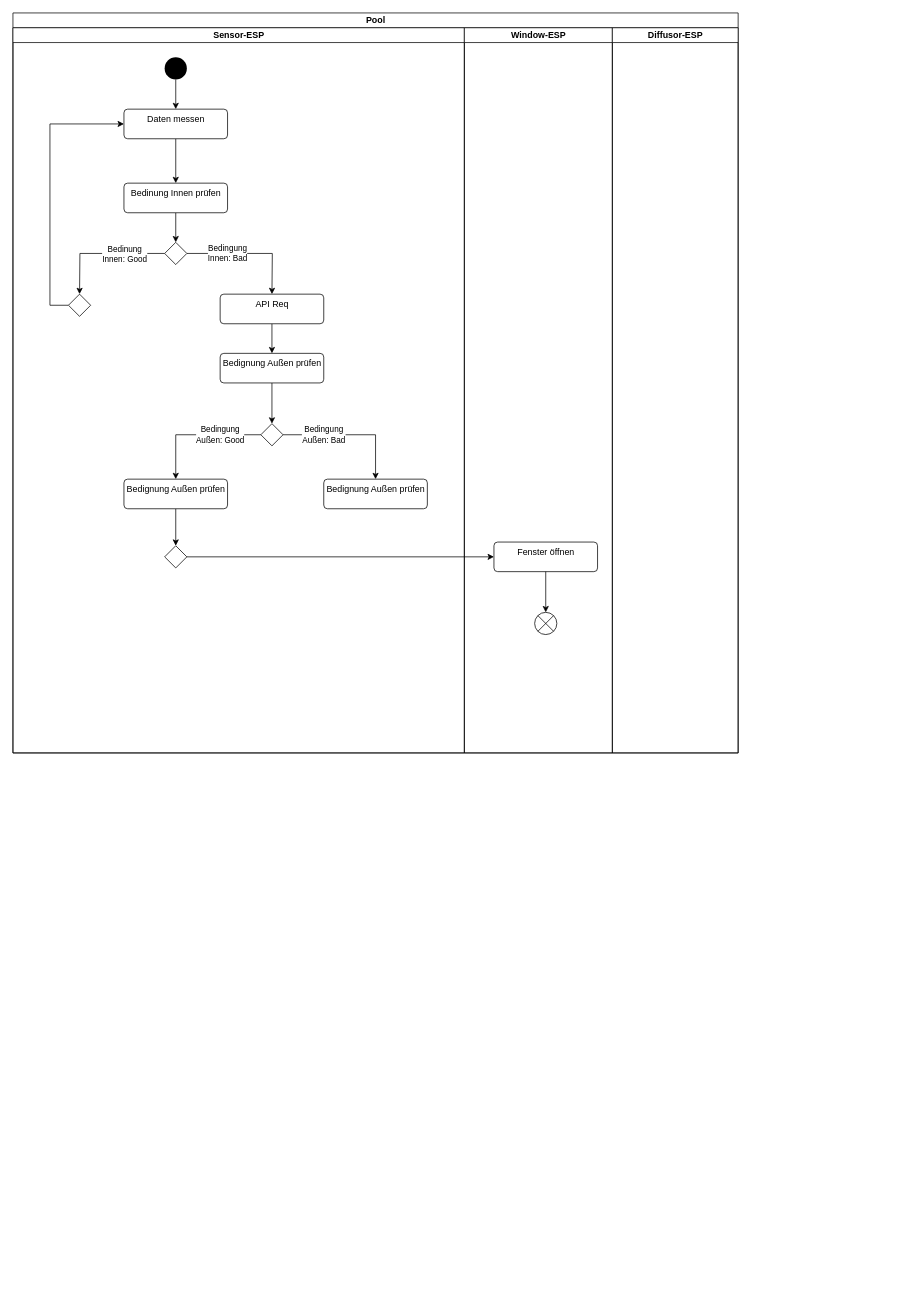
The draw.io diagram page "Aktivitätsdiagramm" (2 of 4) of Artefakte/Architektur.drawio in JJJS777/Lufty, before the edit. Source tidied: cells renumbered, new cells numbered last; positions are measured from the earlier drawing's top-left corner, leaving out a move shared by most shapes. Both pictures are drawn from the tidied source at 74%, with x=0, y=0 at pixel (13, 13).
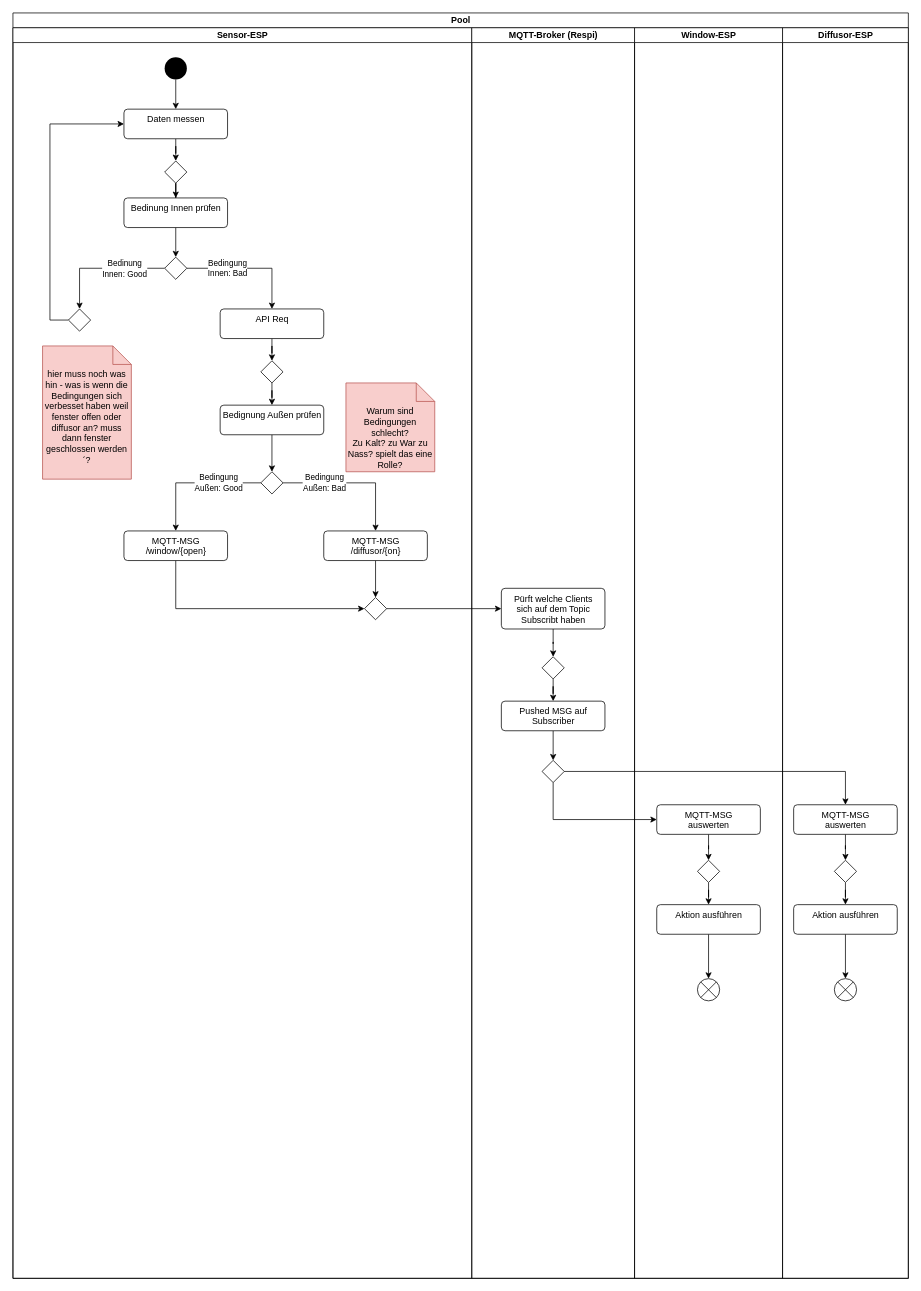
Above is the later version.

Unchanged cells that the change refers to:
```xml
<mxCell id="6" value="Daten messen" style="html=1;align=center;verticalAlign=top;rounded=1;absoluteArcSize=1;arcSize=10;dashed=0;" parent="3" vertex="1">
  <mxGeometry x="150" y="110" width="140" height="40" as="geometry" />
</mxCell>
```

Change to the diagram source:
```diff
@@
     <mxCell id="2" value="Pool" style="swimlane;html=1;startSize=20;" parent="1" vertex="1">
-      <mxGeometry width="980" height="1000" as="geometry" />
+      <mxGeometry width="1210" height="1710" as="geometry" />
     </mxCell>
     <mxCell id="3" value="Sensor-ESP" style="swimlane;html=1;startSize=20;" parent="2" vertex="1">
-      <mxGeometry y="20" width="610" height="980" as="geometry" />
+      <mxGeometry y="20" width="620" height="1690" as="geometry" />
     </mxCell>
@@
-    <mxCell id="5" style="edgeStyle=orthogonalEdgeStyle;rounded=0;jettySize=auto;html=1;endArrow=classic;endFill=1;" parent="3" edge="1" source="6" target="9">
-      <mxGeometry relative="1" as="geometry" />
-    </mxCell>
+    <mxCell id="33" style="edgeStyle=orthogonalEdgeStyle;rounded=0;jettySize=auto;html=1;endArrow=classic;endFill=1;" parent="3" edge="1" source="6" target="37">
+      <mxGeometry relative="1" as="geometry" />
+    </mxCell>
@@
     <mxCell id="9" value="Bedinung Innen prüfen" style="html=1;align=center;verticalAlign=top;rounded=1;absoluteArcSize=1;arcSize=10;dashed=0;" parent="3" vertex="1">
-      <mxGeometry x="150" y="210" width="140" height="40" as="geometry" />
+      <mxGeometry x="150" y="230" width="140" height="40" as="geometry" />
     </mxCell>
-    <mxCell id="10" style="edgeStyle=orthogonalEdgeStyle;rounded=0;jettySize=auto;html=1;entryX=0.5;entryY=0;entryDx=0;entryDy=0;endArrow=classic;endFill=1;" parent="3" edge="1" source="13">
-      <mxGeometry relative="1" as="geometry">
-        <mxPoint x="90" y="360" as="targetPoint" />
-      </mxGeometry>
+    <mxCell id="10" style="edgeStyle=orthogonalEdgeStyle;rounded=0;jettySize=auto;html=1;entryX=0.5;entryY=0;entryDx=0;entryDy=0;endArrow=classic;endFill=1;" parent="3" edge="1" source="13" target="17">
+      <mxGeometry relative="1" as="geometry" />
     </mxCell>
@@
-    <mxCell id="12" value="Bedingung &lt;br&gt;Innen: Bad" style="edgeStyle=orthogonalEdgeStyle;rounded=0;jettySize=auto;html=1;entryX=0.5;entryY=0;entryDx=0;entryDy=0;endArrow=classic;endFill=1;" parent="3" edge="1" source="13">
-      <mxGeometry x="-0.35" relative="1" as="geometry">
-        <mxPoint x="350" y="360" as="targetPoint" />
-      </mxGeometry>
+    <mxCell id="12" value="Bedingung &lt;br&gt;Innen: Bad" style="edgeStyle=orthogonalEdgeStyle;rounded=0;jettySize=auto;html=1;entryX=0.5;entryY=0;entryDx=0;entryDy=0;endArrow=classic;endFill=1;" parent="3" edge="1" source="13" target="15">
+      <mxGeometry x="-0.35" relative="1" as="geometry" />
     </mxCell>
     <mxCell id="13" style="rhombus;" parent="3" vertex="1">
-      <mxGeometry x="205" y="290" width="30" height="30" as="geometry" />
+      <mxGeometry x="205" y="310" width="30" height="30" as="geometry" />
     </mxCell>
-    <mxCell id="14" style="edgeStyle=orthogonalEdgeStyle;rounded=0;jettySize=auto;html=1;entryX=0.5;entryY=0;entryDx=0;entryDy=0;endArrow=classic;endFill=1;" parent="3" edge="1" source="15" target="19">
-      <mxGeometry relative="1" as="geometry" />
-    </mxCell>
+    <mxCell id="34" style="edgeStyle=orthogonalEdgeStyle;rounded=0;jettySize=auto;html=1;endArrow=classic;endFill=1;" parent="3" edge="1" source="15" target="39">
+      <mxGeometry relative="1" as="geometry" />
+    </mxCell>
     <mxCell id="15" value="API Req" style="html=1;align=center;verticalAlign=top;rounded=1;absoluteArcSize=1;arcSize=10;dashed=0;" parent="3" vertex="1">
-      <mxGeometry x="280" y="360" width="140" height="40" as="geometry" />
+      <mxGeometry x="280" y="380" width="140" height="40" as="geometry" />
     </mxCell>
-    <mxCell id="16" style="edgeStyle=orthogonalEdgeStyle;rounded=0;jettySize=auto;html=1;entryX=0;entryY=0.5;entryDx=0;entryDy=0;endArrow=classic;endFill=1;" parent="3" edge="1" source="17" target="6">
+    <mxCell id="16" style="edgeStyle=orthogonalEdgeStyle;rounded=0;jettySize=auto;html=1;entryX=0;entryY=0.5;entryDx=0;entryDy=0;endArrow=classic;endFill=1;exitX=0;exitY=0.5;exitDx=0;exitDy=0;" parent="3" edge="1" source="17" target="6">
       <mxGeometry relative="1" as="geometry">
         <Array as="points">
-          <mxPoint x="50" y="375" />
+          <mxPoint x="50" y="395" />
           <mxPoint x="50" y="130" />
         </Array>
       </mxGeometry>
     </mxCell>
     <mxCell id="17" style="rhombus;" parent="3" vertex="1">
-      <mxGeometry x="75" y="360" width="30" height="30" as="geometry" />
+      <mxGeometry x="75" y="380" width="30" height="30" as="geometry" />
     </mxCell>
@@
     <mxCell id="19" value="Bedignung Außen prüfen" style="html=1;align=center;verticalAlign=top;rounded=1;absoluteArcSize=1;arcSize=10;dashed=0;" parent="3" vertex="1">
-      <mxGeometry x="280" y="440" width="140" height="40" as="geometry" />
+      <mxGeometry x="280" y="510" width="140" height="40" as="geometry" />
     </mxCell>
-    <mxCell id="20" value="Bedingung &lt;br&gt;Außen: Good" style="edgeStyle=orthogonalEdgeStyle;rounded=0;jettySize=auto;html=1;endArrow=classic;endFill=1;" parent="3" edge="1" source="22" target="24">
-      <mxGeometry x="-0.37" relative="1" as="geometry" />
+    <mxCell id="20" value="Bedingung &lt;br&gt;Außen: Good" style="edgeStyle=orthogonalEdgeStyle;rounded=0;jettySize=auto;html=1;endArrow=classic;endFill=1;exitX=0;exitY=0.5;exitDx=0;exitDy=0;" parent="3" edge="1" source="22" target="24">
+      <mxGeometry x="-0.37" relative="1" as="geometry">
+        <Array as="points">
+          <mxPoint x="220" y="615" />
+        </Array>
+      </mxGeometry>
     </mxCell>
-    <mxCell id="21" value="Bedingung &lt;br&gt;Außen: Bad" style="edgeStyle=orthogonalEdgeStyle;rounded=0;jettySize=auto;html=1;endArrow=classic;endFill=1;" parent="3" edge="1" source="22" target="25">
+    <mxCell id="21" value="Bedingung &lt;br&gt;Außen: Bad" style="edgeStyle=orthogonalEdgeStyle;rounded=0;jettySize=auto;html=1;endArrow=classic;endFill=1;exitX=1;exitY=0.5;exitDx=0;exitDy=0;" parent="3" edge="1" source="22" target="25">
       <mxGeometry x="-0.41" relative="1" as="geometry" />
     </mxCell>
     <mxCell id="22" style="rhombus;" parent="3" vertex="1">
-      <mxGeometry x="335" y="535" width="30" height="30" as="geometry" />
+      <mxGeometry x="335" y="600" width="30" height="30" as="geometry" />
     </mxCell>
-    <mxCell id="23" style="edgeStyle=orthogonalEdgeStyle;rounded=0;jettySize=auto;html=1;entryX=0.5;entryY=0;entryDx=0;entryDy=0;endArrow=classic;endFill=1;" parent="3" edge="1" source="24" target="26">
-      <mxGeometry relative="1" as="geometry" />
+    <mxCell id="23" style="edgeStyle=orthogonalEdgeStyle;rounded=0;jettySize=auto;html=1;entryX=0;entryY=0.5;entryDx=0;entryDy=0;endArrow=classic;endFill=1;" parent="3" edge="1" source="24" target="26">
+      <mxGeometry relative="1" as="geometry">
+        <Array as="points">
+          <mxPoint x="220" y="785" />
+        </Array>
+      </mxGeometry>
     </mxCell>
-    <mxCell id="24" value="Bedignung Außen prüfen" style="html=1;align=center;verticalAlign=top;rounded=1;absoluteArcSize=1;arcSize=10;dashed=0;" parent="3" vertex="1">
-      <mxGeometry x="150" y="610" width="140" height="40" as="geometry" />
+    <mxCell id="24" value="MQTT-MSG&lt;br&gt;/window/{open}" style="html=1;align=center;verticalAlign=top;rounded=1;absoluteArcSize=1;arcSize=10;dashed=0;" parent="3" vertex="1">
+      <mxGeometry x="150" y="680" width="140" height="40" as="geometry" />
     </mxCell>
+    <mxCell id="35" style="edgeStyle=orthogonalEdgeStyle;rounded=0;jettySize=auto;html=1;entryX=0.5;entryY=0;entryDx=0;entryDy=0;endArrow=classic;endFill=1;" parent="3" edge="1" source="25" target="26">
+      <mxGeometry relative="1" as="geometry" />
+    </mxCell>
-    <mxCell id="25" value="Bedignung Außen prüfen" style="html=1;align=center;verticalAlign=top;rounded=1;absoluteArcSize=1;arcSize=10;dashed=0;" parent="3" vertex="1">
-      <mxGeometry x="420" y="610" width="140" height="40" as="geometry" />
+    <mxCell id="25" value="MQTT-MSG&lt;br&gt;/diffusor/{on}" style="html=1;align=center;verticalAlign=top;rounded=1;absoluteArcSize=1;arcSize=10;dashed=0;" parent="3" vertex="1">
+      <mxGeometry x="420" y="680" width="140" height="40" as="geometry" />
     </mxCell>
     <mxCell id="26" style="rhombus;" parent="3" vertex="1">
-      <mxGeometry x="205" y="700" width="30" height="30" as="geometry" />
+      <mxGeometry x="475" y="770" width="30" height="30" as="geometry" />
     </mxCell>
+    <mxCell id="36" style="edgeStyle=orthogonalEdgeStyle;rounded=0;jettySize=auto;html=1;endArrow=classic;endFill=1;" parent="3" edge="1" source="37" target="9">
+      <mxGeometry relative="1" as="geometry" />
+    </mxCell>
+    <mxCell id="37" style="rhombus;" parent="3" vertex="1">
+      <mxGeometry x="205" y="180" width="30" height="30" as="geometry" />
+    </mxCell>
+    <mxCell id="38" style="edgeStyle=orthogonalEdgeStyle;rounded=0;jettySize=auto;html=1;entryX=0.5;entryY=0;entryDx=0;entryDy=0;endArrow=classic;endFill=1;" parent="3" edge="1" source="39" target="19">
+      <mxGeometry relative="1" as="geometry" />
+    </mxCell>
+    <mxCell id="39" style="rhombus;" parent="3" vertex="1">
+      <mxGeometry x="335" y="450" width="30" height="30" as="geometry" />
+    </mxCell>
+    <mxCell id="40" value="&lt;div&gt;Warum sind Bedingungen schlecht?&lt;/div&gt;&lt;div&gt;Zu Kalt? zu War zu Nass? spielt das eine Rolle?&lt;br&gt;&lt;/div&gt;" style="shape=note2;boundedLbl=1;whiteSpace=wrap;html=1;size=25;verticalAlign=top;align=center;fillColor=#f8cecc;strokeColor=#b85450;" parent="3" vertex="1">
+      <mxGeometry x="450" y="480" width="120" height="120" as="geometry" />
+    </mxCell>
+    <mxCell id="41" value="hier muss noch was hin - was is wenn die Bedingungen sich verbesset haben weil fenster offen oder diffusor an? muss dann fenster geschlossen werden´?" style="shape=note2;boundedLbl=1;whiteSpace=wrap;html=1;size=25;verticalAlign=top;align=center;fillColor=#f8cecc;strokeColor=#b85450;" parent="3" vertex="1">
+      <mxGeometry x="40" y="430" width="120" height="180" as="geometry" />
+    </mxCell>
-    <mxCell id="27" value="Window-ESP" style="swimlane;html=1;startSize=20;" parent="2" vertex="1">
-      <mxGeometry x="610" y="20" width="200" height="980" as="geometry" />
+    <mxCell id="27" value="MQTT-Broker (Respi)" style="swimlane;html=1;startSize=20;" parent="2" vertex="1">
+      <mxGeometry x="620" y="20" width="220" height="1690" as="geometry" />
     </mxCell>
-    <mxCell id="28" value="Fenster öffnen" style="html=1;align=center;verticalAlign=top;rounded=1;absoluteArcSize=1;arcSize=10;dashed=0;" parent="27" vertex="1">
-      <mxGeometry x="40" y="695" width="140" height="40" as="geometry" />
-    </mxCell>
+    <mxCell id="42" style="edgeStyle=orthogonalEdgeStyle;rounded=0;jettySize=auto;html=1;entryX=0.5;entryY=0;entryDx=0;entryDy=0;endArrow=classic;endFill=1;" parent="27" edge="1" source="43" target="47">
+      <mxGeometry relative="1" as="geometry" />
+    </mxCell>
+    <mxCell id="43" value="Pürft welche Clients&lt;br&gt; sich auf dem Topic&lt;br&gt;Subscribt haben" style="html=1;align=center;verticalAlign=top;rounded=1;absoluteArcSize=1;arcSize=10;dashed=0;" parent="27" vertex="1">
+      <mxGeometry x="40" y="757.5" width="140" height="55" as="geometry" />
+    </mxCell>
+    <mxCell id="44" style="edgeStyle=orthogonalEdgeStyle;rounded=0;jettySize=auto;html=1;entryX=0.5;entryY=0;entryDx=0;entryDy=0;endArrow=classic;endFill=1;" parent="27" edge="1" source="45" target="48">
+      <mxGeometry relative="1" as="geometry" />
+    </mxCell>
+    <mxCell id="45" value="Pushed MSG auf &lt;br&gt;Subscriber" style="html=1;align=center;verticalAlign=top;rounded=1;absoluteArcSize=1;arcSize=10;dashed=0;" parent="27" vertex="1">
+      <mxGeometry x="40" y="910" width="140" height="40" as="geometry" />
+    </mxCell>
+    <mxCell id="46" style="edgeStyle=orthogonalEdgeStyle;rounded=0;jettySize=auto;html=1;endArrow=classic;endFill=1;" parent="27" edge="1" source="47" target="45">
+      <mxGeometry relative="1" as="geometry" />
+    </mxCell>
+    <mxCell id="47" style="rhombus;" parent="27" vertex="1">
+      <mxGeometry x="95" y="850" width="30" height="30" as="geometry" />
+    </mxCell>
+    <mxCell id="48" style="rhombus;" parent="27" vertex="1">
+      <mxGeometry x="95" y="990" width="30" height="30" as="geometry" />
+    </mxCell>
-    <mxCell id="29" value="Diffusor-ESP" style="swimlane;html=1;startSize=20;" parent="2" vertex="1">
-      <mxGeometry x="810" y="20" width="170" height="980" as="geometry" />
+    <mxCell id="29" value="Window-ESP" style="swimlane;html=1;startSize=20;" parent="2" vertex="1">
+      <mxGeometry x="840" y="20" width="200" height="1690" as="geometry" />
     </mxCell>
+    <mxCell id="49" style="edgeStyle=orthogonalEdgeStyle;rounded=0;jettySize=auto;html=1;endArrow=classic;endFill=1;entryX=0.5;entryY=0;entryDx=0;entryDy=0;" parent="29" edge="1" source="50" target="52">
+      <mxGeometry relative="1" as="geometry" />
+    </mxCell>
+    <mxCell id="50" value="MQTT-MSG&lt;br&gt;auswerten" style="html=1;align=center;verticalAlign=top;rounded=1;absoluteArcSize=1;arcSize=10;dashed=0;" parent="29" vertex="1">
+      <mxGeometry x="30" y="1050" width="140" height="40" as="geometry" />
+    </mxCell>
+    <mxCell id="51" style="edgeStyle=orthogonalEdgeStyle;rounded=0;jettySize=auto;html=1;endArrow=classic;endFill=1;" parent="29" edge="1" source="52" target="54">
+      <mxGeometry relative="1" as="geometry" />
+    </mxCell>
+    <mxCell id="52" style="rhombus;" parent="29" vertex="1">
+      <mxGeometry x="85" y="1125" width="30" height="30" as="geometry" />
+    </mxCell>
+    <mxCell id="53" style="edgeStyle=orthogonalEdgeStyle;rounded=0;jettySize=auto;html=1;entryX=0.5;entryY=0;entryDx=0;entryDy=0;endArrow=classic;endFill=1;" parent="29" edge="1" source="54" target="55">
+      <mxGeometry relative="1" as="geometry" />
+    </mxCell>
+    <mxCell id="54" value="Aktion ausführen" style="html=1;align=center;verticalAlign=top;rounded=1;absoluteArcSize=1;arcSize=10;dashed=0;" parent="29" vertex="1">
+      <mxGeometry x="30" y="1185" width="140" height="40" as="geometry" />
+    </mxCell>
+    <mxCell id="55" style="shape=sumEllipse;perimeter=ellipsePerimeter;whiteSpace=wrap;html=1;backgroundOutline=1;" parent="29" vertex="1">
+      <mxGeometry x="85" y="1285" width="30" height="30" as="geometry" />
+    </mxCell>
+    <mxCell id="56" value="Diffusor-ESP" style="swimlane;html=1;startSize=20;" parent="2" vertex="1">
+      <mxGeometry x="1040" y="20" width="170" height="1690" as="geometry" />
+    </mxCell>
+    <mxCell id="57" style="edgeStyle=orthogonalEdgeStyle;rounded=0;jettySize=auto;html=1;entryX=0.5;entryY=0;entryDx=0;entryDy=0;endArrow=classic;endFill=1;" parent="56" edge="1" source="58" target="60">
+      <mxGeometry relative="1" as="geometry" />
+    </mxCell>
+    <mxCell id="58" value="MQTT-MSG&lt;br&gt;auswerten" style="html=1;align=center;verticalAlign=top;rounded=1;absoluteArcSize=1;arcSize=10;dashed=0;" parent="56" vertex="1">
+      <mxGeometry x="15" y="1050" width="140" height="40" as="geometry" />
+    </mxCell>
+    <mxCell id="59" style="edgeStyle=orthogonalEdgeStyle;rounded=0;jettySize=auto;html=1;entryX=0.5;entryY=0;entryDx=0;entryDy=0;endArrow=classic;endFill=1;" parent="56" edge="1" source="60" target="62">
+      <mxGeometry relative="1" as="geometry" />
+    </mxCell>
+    <mxCell id="60" style="rhombus;" parent="56" vertex="1">
+      <mxGeometry x="70" y="1125" width="30" height="30" as="geometry" />
+    </mxCell>
+    <mxCell id="61" style="edgeStyle=orthogonalEdgeStyle;rounded=0;jettySize=auto;html=1;entryX=0.5;entryY=0;entryDx=0;entryDy=0;endArrow=classic;endFill=1;" parent="56" edge="1" source="62" target="63">
+      <mxGeometry relative="1" as="geometry" />
+    </mxCell>
+    <mxCell id="62" value="Aktion ausführen" style="html=1;align=center;verticalAlign=top;rounded=1;absoluteArcSize=1;arcSize=10;dashed=0;" parent="56" vertex="1">
+      <mxGeometry x="15" y="1185" width="140" height="40" as="geometry" />
+    </mxCell>
+    <mxCell id="63" style="shape=sumEllipse;perimeter=ellipsePerimeter;whiteSpace=wrap;html=1;backgroundOutline=1;" parent="56" vertex="1">
+      <mxGeometry x="70" y="1285" width="30" height="30" as="geometry" />
+    </mxCell>
-    <mxCell id="30" style="edgeStyle=orthogonalEdgeStyle;rounded=0;jettySize=auto;html=1;entryX=0;entryY=0.5;entryDx=0;entryDy=0;endArrow=classic;endFill=1;" parent="2" edge="1" source="26" target="28">
+    <mxCell id="30" style="edgeStyle=orthogonalEdgeStyle;rounded=0;jettySize=auto;html=1;entryX=0;entryY=0.5;entryDx=0;entryDy=0;endArrow=classic;endFill=1;" parent="2" edge="1" source="26" target="43">
       <mxGeometry relative="1" as="geometry" />
     </mxCell>
-    <mxCell id="31" style="shape=sumEllipse;perimeter=ellipsePerimeter;whiteSpace=wrap;html=1;backgroundOutline=1;" parent="1" vertex="1">
-      <mxGeometry x="705" y="810" width="30" height="30" as="geometry" />
-    </mxCell>
-    <mxCell id="32" style="edgeStyle=orthogonalEdgeStyle;rounded=0;jettySize=auto;html=1;entryX=0.5;entryY=0;entryDx=0;entryDy=0;endArrow=classic;endFill=1;" parent="1" edge="1" source="28" target="31">
-      <mxGeometry relative="1" as="geometry" />
-    </mxCell>
+    <mxCell id="64" style="edgeStyle=orthogonalEdgeStyle;rounded=0;jettySize=auto;html=1;entryX=0;entryY=0.5;entryDx=0;entryDy=0;endArrow=classic;endFill=1;exitX=0.5;exitY=1;exitDx=0;exitDy=0;" parent="2" edge="1" source="48" target="50">
+      <mxGeometry relative="1" as="geometry" />
+    </mxCell>
+    <mxCell id="65" style="edgeStyle=orthogonalEdgeStyle;rounded=0;jettySize=auto;html=1;entryX=0.5;entryY=0;entryDx=0;entryDy=0;endArrow=classic;endFill=1;" parent="2" edge="1" source="48" target="58">
+      <mxGeometry relative="1" as="geometry" />
+    </mxCell>
```
